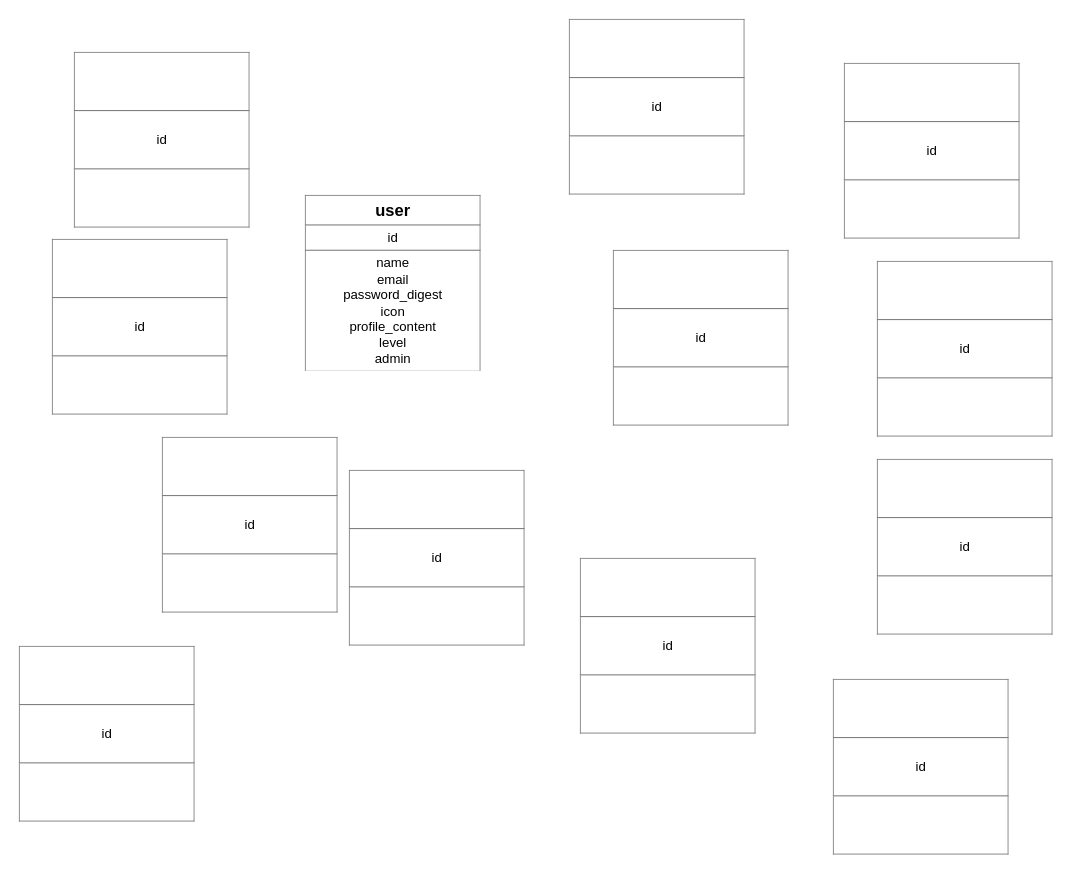
Above: Untitled Diagram.drawio in yuichi-1208/yuichi-1208.github.io (draw.io), before the change. Source tidied: cells renumbered, new cells numbered last; positions are measured from the earlier drawing's top-left corner, leaving out a move shared by most shapes. Both pictures are drawn from the tidied source at 110%, with x=0, y=0 at pixel (19, 19).
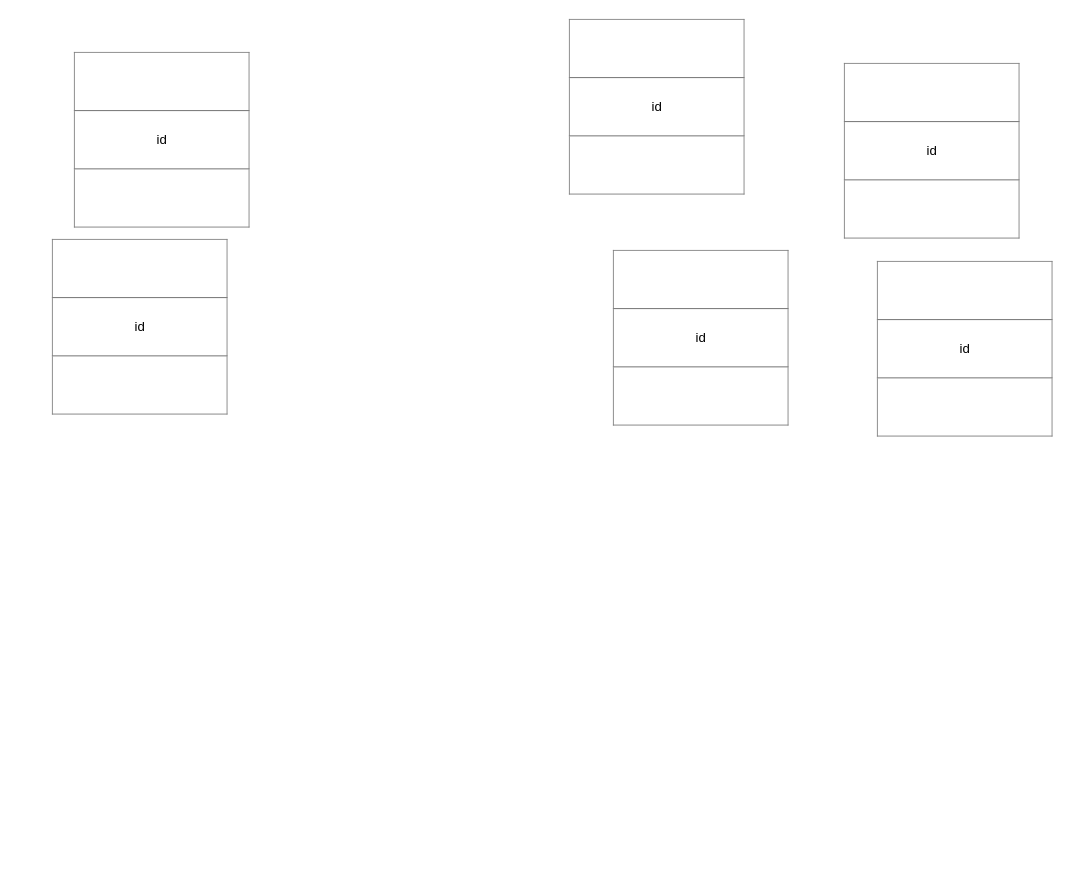
The same diagram, later.

What changed in the source:
```diff
@@
 <mxGraphModel>
   <root>
     <mxCell id="0" />
     <mxCell id="1" parent="0" />
-    <mxCell id="2" value="&lt;table border=&quot;1&quot; width=&quot;100%&quot; cellpadding=&quot;4&quot; style=&quot;width: 100% ; height: 100% ; border-collapse: collapse&quot;&gt;&lt;tbody&gt;&lt;tr&gt;&lt;th align=&quot;center&quot;&gt;&lt;font style=&quot;font-size: 15px&quot;&gt;user&lt;/font&gt;&lt;/th&gt;&lt;/tr&gt;&lt;tr&gt;&lt;td align=&quot;center&quot;&gt;id&lt;/td&gt;&lt;/tr&gt;&lt;tr&gt;&lt;td align=&quot;center&quot;&gt;name&lt;br&gt;email&lt;br&gt;password_digest&lt;br&gt;icon&lt;br&gt;profile_content&lt;br&gt;level&lt;br&gt;admin&lt;/td&gt;&lt;/tr&gt;&lt;/tbody&gt;&lt;/table&gt;" style="text;html=1;strokeColor=none;fillColor=none;overflow=fill;" parent="1" vertex="1">
-      <mxGeometry x="260" y="160" width="160" height="160" as="geometry" />
-    </mxCell>
     <mxCell id="3" value="&lt;table border=&quot;1&quot; width=&quot;100%&quot; cellpadding=&quot;4&quot; style=&quot;width: 100% ; height: 100% ; border-collapse: collapse&quot;&gt;&lt;tbody&gt;&lt;tr&gt;&lt;th align=&quot;center&quot;&gt;&lt;br&gt;&lt;/th&gt;&lt;/tr&gt;&lt;tr&gt;&lt;td align=&quot;center&quot;&gt;id&lt;/td&gt;&lt;/tr&gt;&lt;tr&gt;&lt;td align=&quot;center&quot;&gt;&lt;br&gt;&lt;/td&gt;&lt;/tr&gt;&lt;/tbody&gt;&lt;/table&gt;" style="text;html=1;strokeColor=none;fillColor=none;overflow=fill;" parent="1" vertex="1">
       <mxGeometry x="540" y="210" width="160" height="160" as="geometry" />
     </mxCell>
-    <mxCell id="4" value="&lt;table border=&quot;1&quot; width=&quot;100%&quot; cellpadding=&quot;4&quot; style=&quot;width: 100% ; height: 100% ; border-collapse: collapse&quot;&gt;&lt;tbody&gt;&lt;tr&gt;&lt;th align=&quot;center&quot;&gt;&lt;br&gt;&lt;/th&gt;&lt;/tr&gt;&lt;tr&gt;&lt;td align=&quot;center&quot;&gt;id&lt;/td&gt;&lt;/tr&gt;&lt;tr&gt;&lt;td align=&quot;center&quot;&gt;&lt;br&gt;&lt;/td&gt;&lt;/tr&gt;&lt;/tbody&gt;&lt;/table&gt;" style="text;html=1;strokeColor=none;fillColor=none;overflow=fill;" parent="1" vertex="1">
-      <mxGeometry x="740" y="600" width="160" height="160" as="geometry" />
-    </mxCell>
-    <mxCell id="5" value="&lt;table border=&quot;1&quot; width=&quot;100%&quot; cellpadding=&quot;4&quot; style=&quot;width: 100% ; height: 100% ; border-collapse: collapse&quot;&gt;&lt;tbody&gt;&lt;tr&gt;&lt;th align=&quot;center&quot;&gt;&lt;br&gt;&lt;/th&gt;&lt;/tr&gt;&lt;tr&gt;&lt;td align=&quot;center&quot;&gt;id&lt;/td&gt;&lt;/tr&gt;&lt;tr&gt;&lt;td align=&quot;center&quot;&gt;&lt;br&gt;&lt;/td&gt;&lt;/tr&gt;&lt;/tbody&gt;&lt;/table&gt;" style="text;html=1;strokeColor=none;fillColor=none;overflow=fill;" parent="1" vertex="1">
-      <mxGeometry y="570" width="160" height="160" as="geometry" />
-    </mxCell>
-    <mxCell id="6" value="&lt;table border=&quot;1&quot; width=&quot;100%&quot; cellpadding=&quot;4&quot; style=&quot;width: 100% ; height: 100% ; border-collapse: collapse&quot;&gt;&lt;tbody&gt;&lt;tr&gt;&lt;th align=&quot;center&quot;&gt;&lt;br&gt;&lt;/th&gt;&lt;/tr&gt;&lt;tr&gt;&lt;td align=&quot;center&quot;&gt;id&lt;/td&gt;&lt;/tr&gt;&lt;tr&gt;&lt;td align=&quot;center&quot;&gt;&lt;br&gt;&lt;/td&gt;&lt;/tr&gt;&lt;/tbody&gt;&lt;/table&gt;" style="text;html=1;strokeColor=none;fillColor=none;overflow=fill;" parent="1" vertex="1">
-      <mxGeometry x="300" y="410" width="160" height="160" as="geometry" />
-    </mxCell>
     <mxCell id="7" value="&lt;table border=&quot;1&quot; width=&quot;100%&quot; cellpadding=&quot;4&quot; style=&quot;width: 100% ; height: 100% ; border-collapse: collapse&quot;&gt;&lt;tbody&gt;&lt;tr&gt;&lt;th align=&quot;center&quot;&gt;&lt;br&gt;&lt;/th&gt;&lt;/tr&gt;&lt;tr&gt;&lt;td align=&quot;center&quot;&gt;id&lt;/td&gt;&lt;/tr&gt;&lt;tr&gt;&lt;td align=&quot;center&quot;&gt;&lt;br&gt;&lt;/td&gt;&lt;/tr&gt;&lt;/tbody&gt;&lt;/table&gt;" style="text;html=1;strokeColor=none;fillColor=none;overflow=fill;" parent="1" vertex="1">
       <mxGeometry x="30" y="200" width="160" height="160" as="geometry" />
     </mxCell>
     <mxCell id="8" value="&lt;table border=&quot;1&quot; width=&quot;100%&quot; cellpadding=&quot;4&quot; style=&quot;width: 100% ; height: 100% ; border-collapse: collapse&quot;&gt;&lt;tbody&gt;&lt;tr&gt;&lt;th align=&quot;center&quot;&gt;&lt;br&gt;&lt;/th&gt;&lt;/tr&gt;&lt;tr&gt;&lt;td align=&quot;center&quot;&gt;id&lt;/td&gt;&lt;/tr&gt;&lt;tr&gt;&lt;td align=&quot;center&quot;&gt;&lt;br&gt;&lt;/td&gt;&lt;/tr&gt;&lt;/tbody&gt;&lt;/table&gt;" style="text;html=1;strokeColor=none;fillColor=none;overflow=fill;" parent="1" vertex="1">
       <mxGeometry x="50" y="30" width="160" height="160" as="geometry" />
     </mxCell>
     <mxCell id="9" value="&lt;table border=&quot;1&quot; width=&quot;100%&quot; cellpadding=&quot;4&quot; style=&quot;width: 100% ; height: 100% ; border-collapse: collapse&quot;&gt;&lt;tbody&gt;&lt;tr&gt;&lt;th align=&quot;center&quot;&gt;&lt;br&gt;&lt;/th&gt;&lt;/tr&gt;&lt;tr&gt;&lt;td align=&quot;center&quot;&gt;id&lt;/td&gt;&lt;/tr&gt;&lt;tr&gt;&lt;td align=&quot;center&quot;&gt;&lt;br&gt;&lt;/td&gt;&lt;/tr&gt;&lt;/tbody&gt;&lt;/table&gt;" style="text;html=1;strokeColor=none;fillColor=none;overflow=fill;" parent="1" vertex="1">
       <mxGeometry x="780" y="220" width="160" height="160" as="geometry" />
     </mxCell>
-    <mxCell id="10" value="&lt;table border=&quot;1&quot; width=&quot;100%&quot; cellpadding=&quot;4&quot; style=&quot;width: 100% ; height: 100% ; border-collapse: collapse&quot;&gt;&lt;tbody&gt;&lt;tr&gt;&lt;th align=&quot;center&quot;&gt;&lt;br&gt;&lt;/th&gt;&lt;/tr&gt;&lt;tr&gt;&lt;td align=&quot;center&quot;&gt;id&lt;/td&gt;&lt;/tr&gt;&lt;tr&gt;&lt;td align=&quot;center&quot;&gt;&lt;br&gt;&lt;/td&gt;&lt;/tr&gt;&lt;/tbody&gt;&lt;/table&gt;" style="text;html=1;strokeColor=none;fillColor=none;overflow=fill;" parent="1" vertex="1">
-      <mxGeometry x="510" y="490" width="160" height="160" as="geometry" />
-    </mxCell>
     <mxCell id="11" value="&lt;table border=&quot;1&quot; width=&quot;100%&quot; cellpadding=&quot;4&quot; style=&quot;width: 100% ; height: 100% ; border-collapse: collapse&quot;&gt;&lt;tbody&gt;&lt;tr&gt;&lt;th align=&quot;center&quot;&gt;&lt;br&gt;&lt;/th&gt;&lt;/tr&gt;&lt;tr&gt;&lt;td align=&quot;center&quot;&gt;id&lt;/td&gt;&lt;/tr&gt;&lt;tr&gt;&lt;td align=&quot;center&quot;&gt;&lt;br&gt;&lt;/td&gt;&lt;/tr&gt;&lt;/tbody&gt;&lt;/table&gt;" style="text;html=1;strokeColor=none;fillColor=none;overflow=fill;" parent="1" vertex="1">
       <mxGeometry x="500" width="160" height="160" as="geometry" />
     </mxCell>
-    <mxCell id="12" value="&lt;table border=&quot;1&quot; width=&quot;100%&quot; cellpadding=&quot;4&quot; style=&quot;width: 100% ; height: 100% ; border-collapse: collapse&quot;&gt;&lt;tbody&gt;&lt;tr&gt;&lt;th align=&quot;center&quot;&gt;&lt;br&gt;&lt;/th&gt;&lt;/tr&gt;&lt;tr&gt;&lt;td align=&quot;center&quot;&gt;id&lt;/td&gt;&lt;/tr&gt;&lt;tr&gt;&lt;td align=&quot;center&quot;&gt;&lt;br&gt;&lt;/td&gt;&lt;/tr&gt;&lt;/tbody&gt;&lt;/table&gt;" style="text;html=1;strokeColor=none;fillColor=none;overflow=fill;" parent="1" vertex="1">
-      <mxGeometry x="780" y="400" width="160" height="160" as="geometry" />
-    </mxCell>
     <mxCell id="13" value="&lt;table border=&quot;1&quot; width=&quot;100%&quot; cellpadding=&quot;4&quot; style=&quot;width: 100% ; height: 100% ; border-collapse: collapse&quot;&gt;&lt;tbody&gt;&lt;tr&gt;&lt;th align=&quot;center&quot;&gt;&lt;br&gt;&lt;/th&gt;&lt;/tr&gt;&lt;tr&gt;&lt;td align=&quot;center&quot;&gt;id&lt;/td&gt;&lt;/tr&gt;&lt;tr&gt;&lt;td align=&quot;center&quot;&gt;&lt;br&gt;&lt;/td&gt;&lt;/tr&gt;&lt;/tbody&gt;&lt;/table&gt;" style="text;html=1;strokeColor=none;fillColor=none;overflow=fill;" parent="1" vertex="1">
       <mxGeometry x="750" y="40" width="160" height="160" as="geometry" />
     </mxCell>
-    <mxCell id="14" value="&lt;table border=&quot;1&quot; width=&quot;100%&quot; cellpadding=&quot;4&quot; style=&quot;width: 100% ; height: 100% ; border-collapse: collapse&quot;&gt;&lt;tbody&gt;&lt;tr&gt;&lt;th align=&quot;center&quot;&gt;&lt;br&gt;&lt;/th&gt;&lt;/tr&gt;&lt;tr&gt;&lt;td align=&quot;center&quot;&gt;id&lt;/td&gt;&lt;/tr&gt;&lt;tr&gt;&lt;td align=&quot;center&quot;&gt;&lt;br&gt;&lt;/td&gt;&lt;/tr&gt;&lt;/tbody&gt;&lt;/table&gt;" style="text;html=1;strokeColor=none;fillColor=none;overflow=fill;" parent="1" vertex="1">
-      <mxGeometry x="130" y="380" width="160" height="160" as="geometry" />
-    </mxCell>
   </root>
 </mxGraphModel>
```
